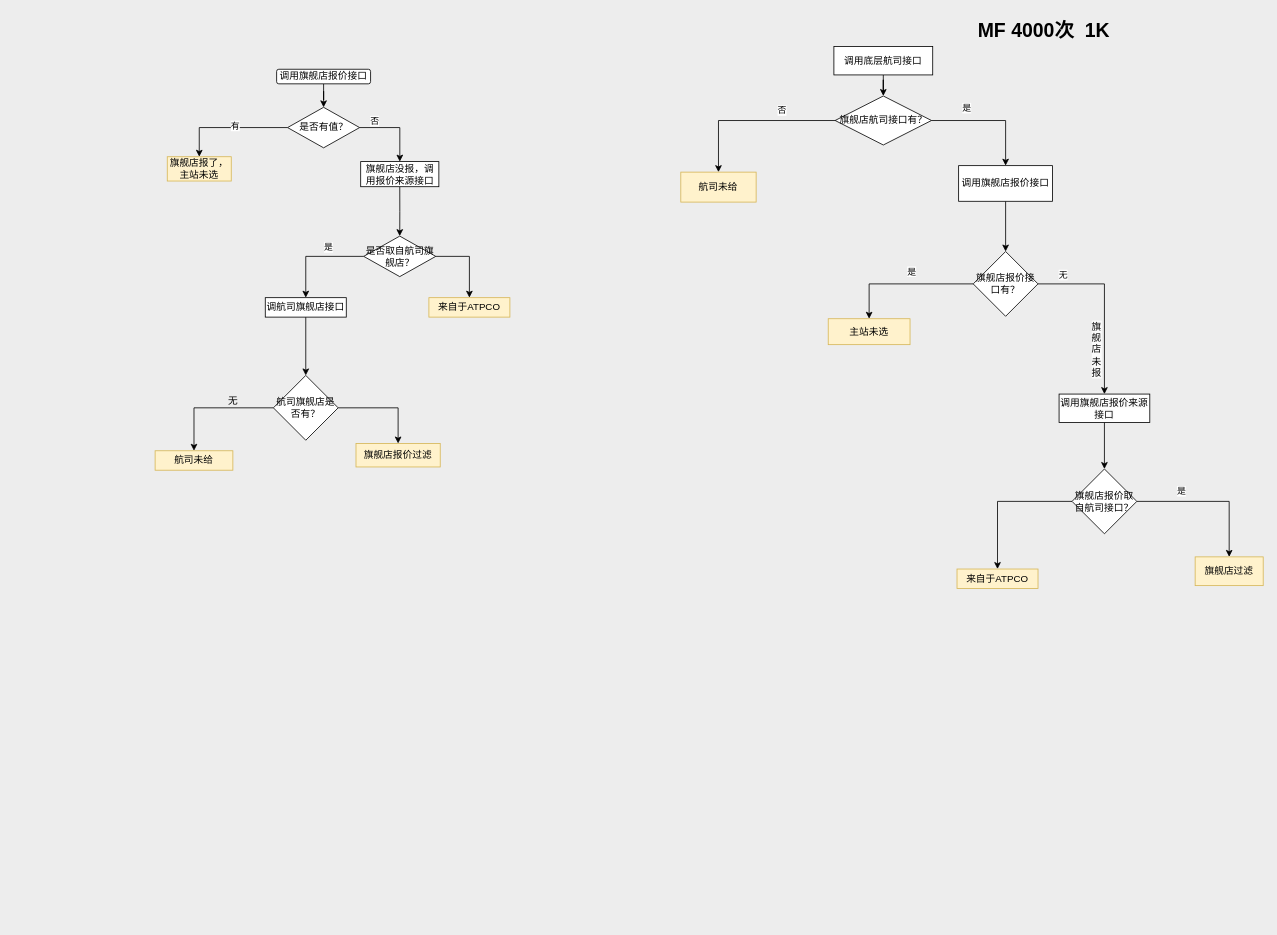
Before: page "第 2 页" (2 of 2) of 国际qt中转问题.drawio in liuzhongye/draw-io, a draw.io diagram. Source tidied: cells renumbered, new cells numbered last; positions are measured from the earlier drawing's top-left corner, leaving out a move shared by most shapes. Both pictures are drawn from the tidied source at 81%, with x=0, y=0 at pixel (155, 14).
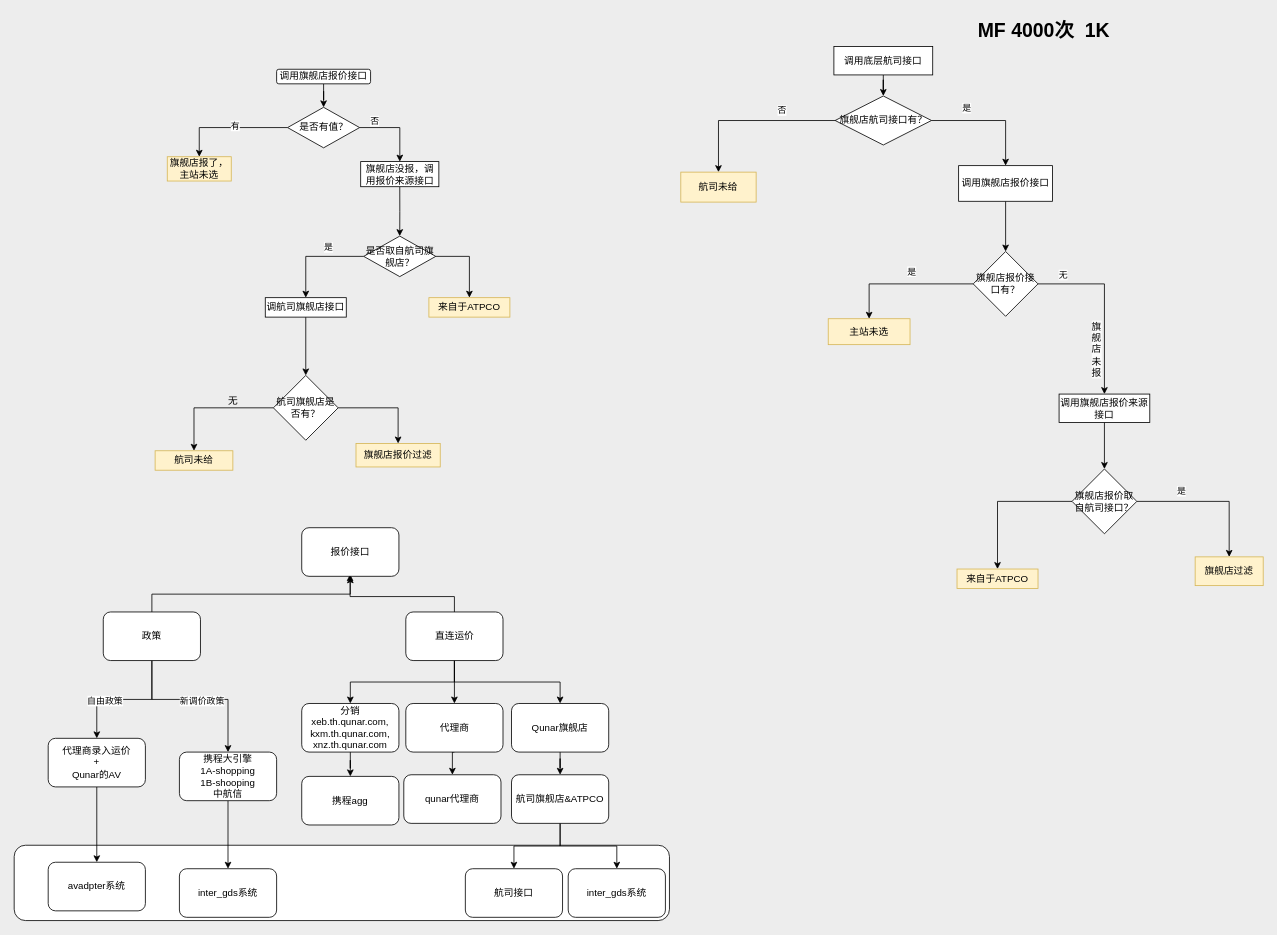
Above is the later version.

Commit message:
更新国际qt中转问题.drawio

Change to the diagram source:
```diff
@@
+    <mxCell id="51" style="rounded=1;whiteSpace=wrap;html=1;" parent="1" vertex="1">
+      <mxGeometry x="-174" y="1026" width="809" height="93" as="geometry" />
+    </mxCell>
@@
+    <mxCell id="52" style="edgeStyle=orthogonalEdgeStyle;rounded=0;jettySize=auto;html=1;exitX=0.5;exitY=1;exitDx=0;exitDy=0;" parent="1" edge="1" source="56" target="64">
+      <mxGeometry relative="1" as="geometry" />
+    </mxCell>
+    <mxCell id="53" style="edgeStyle=orthogonalEdgeStyle;rounded=0;jettySize=auto;html=1;exitX=0.5;exitY=1;exitDx=0;exitDy=0;entryX=0.5;entryY=0;entryDx=0;entryDy=0;" parent="1" edge="1" source="56" target="66">
+      <mxGeometry relative="1" as="geometry" />
+    </mxCell>
+    <mxCell id="54" style="edgeStyle=orthogonalEdgeStyle;rounded=0;jettySize=auto;html=1;exitX=0.5;exitY=1;exitDx=0;exitDy=0;" parent="1" edge="1" source="56" target="68">
+      <mxGeometry relative="1" as="geometry" />
+    </mxCell>
+    <mxCell id="55" style="edgeStyle=orthogonalEdgeStyle;rounded=0;jettySize=auto;html=1;exitX=0.5;exitY=0;exitDx=0;exitDy=0;" parent="1" edge="1" source="56">
+      <mxGeometry relative="1" as="geometry">
+        <mxPoint x="240.7" y="691.3" as="targetPoint" />
+        <Array as="points">
+          <mxPoint x="370" y="719" />
+          <mxPoint x="241" y="719" />
+        </Array>
+      </mxGeometry>
+    </mxCell>
+    <mxCell id="56" value="直连运价" style="rounded=1;whiteSpace=wrap;html=1;" parent="1" vertex="1">
+      <mxGeometry x="309.5" y="738" width="120" height="60" as="geometry" />
+    </mxCell>
+    <mxCell id="57" style="edgeStyle=orthogonalEdgeStyle;rounded=0;jettySize=auto;html=1;exitX=0.5;exitY=1;exitDx=0;exitDy=0;" parent="1" edge="1" source="62" target="75">
+      <mxGeometry relative="1" as="geometry">
+        <Array as="points">
+          <mxPoint x="-4" y="846" />
+          <mxPoint x="90" y="846" />
+        </Array>
+      </mxGeometry>
+    </mxCell>
+    <mxCell id="58" value="新调价政策" style="edgeLabel;html=1;align=center;verticalAlign=middle;" parent="57" vertex="1">
+      <mxGeometry x="0.05" y="-1" relative="1" as="geometry" />
+    </mxCell>
+    <mxCell id="59" style="edgeStyle=orthogonalEdgeStyle;rounded=0;jettySize=auto;html=1;exitX=0.5;exitY=0;exitDx=0;exitDy=0;" parent="1" edge="1" source="62" target="76">
+      <mxGeometry relative="1" as="geometry" />
+    </mxCell>
+    <mxCell id="60" style="edgeStyle=orthogonalEdgeStyle;rounded=0;jettySize=auto;html=1;exitX=0.5;exitY=1;exitDx=0;exitDy=0;entryX=0.5;entryY=0;entryDx=0;entryDy=0;" parent="1" edge="1" source="62" target="81">
+      <mxGeometry relative="1" as="geometry" />
+    </mxCell>
+    <mxCell id="61" value="自由政策" style="edgeLabel;html=1;align=center;verticalAlign=middle;" parent="60" vertex="1">
+      <mxGeometry x="0.3" y="1" relative="1" as="geometry" />
+    </mxCell>
+    <mxCell id="62" value="政策" style="rounded=1;whiteSpace=wrap;html=1;" parent="1" vertex="1">
+      <mxGeometry x="-64" y="738" width="120" height="60" as="geometry" />
+    </mxCell>
+    <mxCell id="63" style="edgeStyle=orthogonalEdgeStyle;rounded=0;jettySize=auto;html=1;" parent="1" edge="1" source="64" target="69">
+      <mxGeometry relative="1" as="geometry" />
+    </mxCell>
+    <mxCell id="64" value="分销&lt;br&gt;xeb.th.qunar.com, kxm.th.qunar.com, xnz.th.qunar.com" style="rounded=1;whiteSpace=wrap;html=1;" parent="1" vertex="1">
+      <mxGeometry x="181" y="851" width="120" height="60" as="geometry" />
+    </mxCell>
+    <mxCell id="65" style="edgeStyle=orthogonalEdgeStyle;rounded=0;jettySize=auto;html=1;exitX=0.5;exitY=1;exitDx=0;exitDy=0;entryX=0.5;entryY=0;entryDx=0;entryDy=0;" parent="1" edge="1" source="66" target="70">
+      <mxGeometry relative="1" as="geometry" />
+    </mxCell>
+    <mxCell id="66" value="代理商" style="rounded=1;whiteSpace=wrap;html=1;" parent="1" vertex="1">
+      <mxGeometry x="309.5" y="851" width="120" height="60" as="geometry" />
+    </mxCell>
+    <mxCell id="67" style="edgeStyle=orthogonalEdgeStyle;rounded=0;jettySize=auto;html=1;exitX=0.5;exitY=1;exitDx=0;exitDy=0;" parent="1" edge="1" source="68" target="73">
+      <mxGeometry relative="1" as="geometry" />
+    </mxCell>
+    <mxCell id="68" value="Qunar旗舰店" style="rounded=1;whiteSpace=wrap;html=1;" parent="1" vertex="1">
+      <mxGeometry x="440" y="851" width="120" height="60" as="geometry" />
+    </mxCell>
+    <mxCell id="69" value="携程agg" style="rounded=1;whiteSpace=wrap;html=1;" parent="1" vertex="1">
+      <mxGeometry x="181" y="941" width="120" height="60" as="geometry" />
+    </mxCell>
+    <mxCell id="70" value="qunar代理商" style="rounded=1;whiteSpace=wrap;html=1;" parent="1" vertex="1">
+      <mxGeometry x="307" y="939" width="120" height="60" as="geometry" />
+    </mxCell>
+    <mxCell id="71" style="edgeStyle=orthogonalEdgeStyle;rounded=0;jettySize=auto;html=1;exitX=0.5;exitY=1;exitDx=0;exitDy=0;entryX=0.5;entryY=0;entryDx=0;entryDy=0;" parent="1" edge="1" source="73" target="77">
+      <mxGeometry relative="1" as="geometry" />
+    </mxCell>
+    <mxCell id="72" style="edgeStyle=orthogonalEdgeStyle;rounded=0;jettySize=auto;html=1;exitX=0.5;exitY=1;exitDx=0;exitDy=0;" parent="1" edge="1" source="73" target="78">
+      <mxGeometry relative="1" as="geometry" />
+    </mxCell>
+    <mxCell id="73" value="航司旗舰店&amp;amp;ATPCO" style="rounded=1;whiteSpace=wrap;html=1;" parent="1" vertex="1">
+      <mxGeometry x="440" y="939" width="120" height="60" as="geometry" />
+    </mxCell>
+    <mxCell id="74" style="edgeStyle=orthogonalEdgeStyle;rounded=0;jettySize=auto;html=1;exitX=0.5;exitY=1;exitDx=0;exitDy=0;entryX=0.5;entryY=0;entryDx=0;entryDy=0;" parent="1" edge="1" source="75" target="79">
+      <mxGeometry relative="1" as="geometry" />
+    </mxCell>
+    <mxCell id="75" value="携程大引擎&lt;br&gt;1A-shopping&lt;br&gt;1B-shooping&lt;br&gt;中航信" style="rounded=1;whiteSpace=wrap;html=1;" parent="1" vertex="1">
+      <mxGeometry x="30" y="911" width="120" height="60" as="geometry" />
+    </mxCell>
+    <mxCell id="76" value="报价接口" style="rounded=1;whiteSpace=wrap;html=1;" parent="1" vertex="1">
+      <mxGeometry x="181" y="634" width="120" height="60" as="geometry" />
+    </mxCell>
+    <mxCell id="77" value="inter_gds系统" style="rounded=1;whiteSpace=wrap;html=1;" parent="1" vertex="1">
+      <mxGeometry x="510" y="1055" width="120" height="60" as="geometry" />
+    </mxCell>
+    <mxCell id="78" value="航司接口" style="rounded=1;whiteSpace=wrap;html=1;" parent="1" vertex="1">
+      <mxGeometry x="383" y="1055" width="120" height="60" as="geometry" />
+    </mxCell>
+    <mxCell id="79" value="inter_gds系统" style="rounded=1;whiteSpace=wrap;html=1;" parent="1" vertex="1">
+      <mxGeometry x="30" y="1055" width="120" height="60" as="geometry" />
+    </mxCell>
+    <mxCell id="80" style="edgeStyle=orthogonalEdgeStyle;rounded=0;jettySize=auto;html=1;exitX=0.5;exitY=1;exitDx=0;exitDy=0;" parent="1" edge="1" source="81" target="82">
+      <mxGeometry relative="1" as="geometry" />
+    </mxCell>
+    <mxCell id="81" value="代理商录入运价&lt;br&gt;+&lt;br&gt;Qunar的AV" style="rounded=1;whiteSpace=wrap;html=1;" parent="1" vertex="1">
+      <mxGeometry x="-132" y="894" width="120" height="60" as="geometry" />
+    </mxCell>
+    <mxCell id="82" value="avadpter系统" style="rounded=1;whiteSpace=wrap;html=1;" parent="1" vertex="1">
+      <mxGeometry x="-132" y="1047" width="120" height="60" as="geometry" />
+    </mxCell>
```
